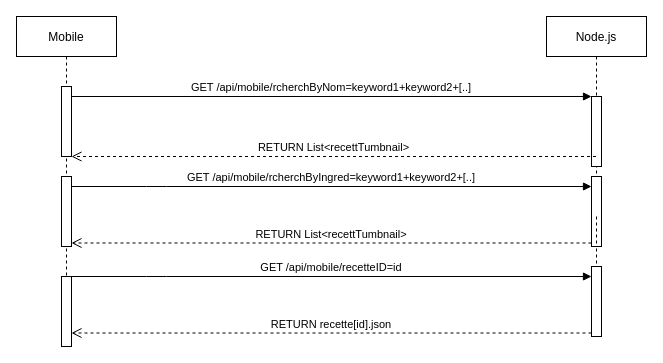
insa-4242/PLD-SMART-Back keeps this draw.io diagram as RecettesRequettes.drawio. Above is the earlier version. Source tidied: cells renumbered, new cells numbered last; positions are measured from the earlier drawing's top-left corner, leaving out a move shared by most shapes. Both pictures are drawn from the tidied source at 100%, with x=0, y=0 at pixel (16, 16).
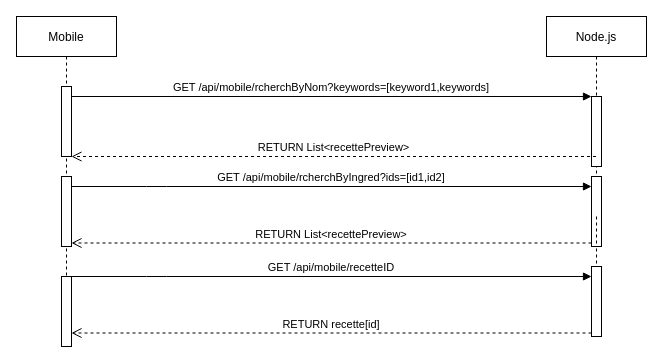
Above is the later version.

Unchanged cells that the change refers to:
```xml
<mxCell id="3" style="points=[];perimeter=orthogonalPerimeter;rounded=0;shadow=0;strokeWidth=1;" parent="2" vertex="1">
  <mxGeometry x="45" y="70" width="10" height="70" as="geometry" />
</mxCell>
<mxCell id="4" style="points=[];perimeter=orthogonalPerimeter;rounded=0;shadow=0;strokeWidth=1;" parent="2" vertex="1">
  <mxGeometry x="45" y="160" width="10" height="70" as="geometry" />
</mxCell>
<mxCell id="5" style="points=[];perimeter=orthogonalPerimeter;rounded=0;shadow=0;strokeWidth=1;" parent="2" vertex="1">
  <mxGeometry x="45" y="260" width="10" height="70" as="geometry" />
</mxCell>
<mxCell id="6" value="Node.js" style="shape=umlLifeline;perimeter=lifelinePerimeter;rounded=0;shadow=0;strokeWidth=1;" parent="1" vertex="1">
  <mxGeometry x="530" width="100" height="320" as="geometry" />
</mxCell>
<mxCell id="7" style="points=[];perimeter=orthogonalPerimeter;rounded=0;shadow=0;strokeWidth=1;" parent="6" vertex="1">
  <mxGeometry x="45" y="80" width="10" height="70" as="geometry" />
</mxCell>
<mxCell id="8" style="points=[];perimeter=orthogonalPerimeter;rounded=0;shadow=0;strokeWidth=1;" parent="6" vertex="1">
  <mxGeometry x="45" y="250" width="10" height="70" as="geometry" />
</mxCell>
<mxCell id="13" style="points=[];perimeter=orthogonalPerimeter;rounded=0;shadow=0;strokeWidth=1;" parent="1" vertex="1">
  <mxGeometry x="575" y="160" width="10" height="70" as="geometry" />
</mxCell>
```

The edit, as a diff of the source:
```diff
@@
-    <mxCell id="9" value="GET /api/mobile/rcherchByNom=keyword1+keyword2+[..]" style="verticalAlign=bottom;endArrow=block;entryX=0;entryY=0;shadow=0;strokeWidth=1;" parent="1" edge="1" source="3" target="7">
+    <mxCell id="9" value="GET /api/mobile/rcherchByNom?keywords=[keyword1,keywords]" style="verticalAlign=bottom;endArrow=block;entryX=0;entryY=0;shadow=0;strokeWidth=1;" parent="1" edge="1" source="3" target="7">
       <mxGeometry relative="1" as="geometry" />
     </mxCell>
-    <mxCell id="10" value="RETURN List&lt;recettTumbnail&gt;" style="verticalAlign=bottom;endArrow=open;dashed=1;endSize=8;shadow=0;strokeWidth=1;" parent="1" edge="1" source="6" target="3">
+    <mxCell id="10" value="RETURN List&lt;recettePreview&gt;" style="verticalAlign=bottom;endArrow=open;dashed=1;endSize=8;shadow=0;strokeWidth=1;" parent="1" edge="1" source="6" target="3">
       <mxGeometry relative="1" as="geometry" />
     </mxCell>
-    <mxCell id="11" value="GET /api/mobile/rcherchByIngred=keyword1+keyword2+[..]" style="verticalAlign=bottom;endArrow=block;shadow=0;strokeWidth=1;" parent="1" edge="1" source="4" target="13">
+    <mxCell id="11" value="GET /api/mobile/rcherchByIngred?ids=[id1,id2]" style="verticalAlign=bottom;endArrow=block;shadow=0;strokeWidth=1;" parent="1" edge="1" source="4" target="13">
       <mxGeometry relative="1" as="geometry">
         <Array as="points">
           <mxPoint x="140" y="170" />
         </Array>
       </mxGeometry>
     </mxCell>
-    <mxCell id="12" value="RETURN List&lt;recettTumbnail&gt;" style="verticalAlign=bottom;endArrow=open;dashed=1;endSize=8;exitX=0;exitY=0.95;shadow=0;strokeWidth=1;startArrow=none;" parent="1" edge="1" source="13" target="4">
+    <mxCell id="12" value="RETURN List&lt;recettePreview&gt;" style="verticalAlign=bottom;endArrow=open;dashed=1;endSize=8;exitX=0;exitY=0.95;shadow=0;strokeWidth=1;startArrow=none;" parent="1" edge="1" source="13" target="4">
       <mxGeometry relative="1" as="geometry" />
     </mxCell>
@@
-    <mxCell id="15" value="GET /api/mobile/recetteID=id" style="verticalAlign=bottom;endArrow=block;shadow=0;strokeWidth=1;" parent="1" edge="1" source="5" target="8">
+    <mxCell id="15" value="GET /api/mobile/recetteID" style="verticalAlign=bottom;endArrow=block;shadow=0;strokeWidth=1;" parent="1" edge="1" source="5" target="8">
       <mxGeometry relative="1" as="geometry">
         <Array as="points">
           <mxPoint x="140" y="260" />
         </Array>
       </mxGeometry>
     </mxCell>
-    <mxCell id="16" value="RETURN recette[id].json" style="verticalAlign=bottom;endArrow=open;dashed=1;endSize=8;exitX=0;exitY=0.95;shadow=0;strokeWidth=1;startArrow=none;" parent="1" edge="1" source="8" target="5">
+    <mxCell id="16" value="RETURN recette[id]" style="verticalAlign=bottom;endArrow=open;dashed=1;endSize=8;exitX=0;exitY=0.95;shadow=0;strokeWidth=1;startArrow=none;" parent="1" edge="1" source="8" target="5">
       <mxGeometry relative="1" as="geometry" />
     </mxCell>
```
